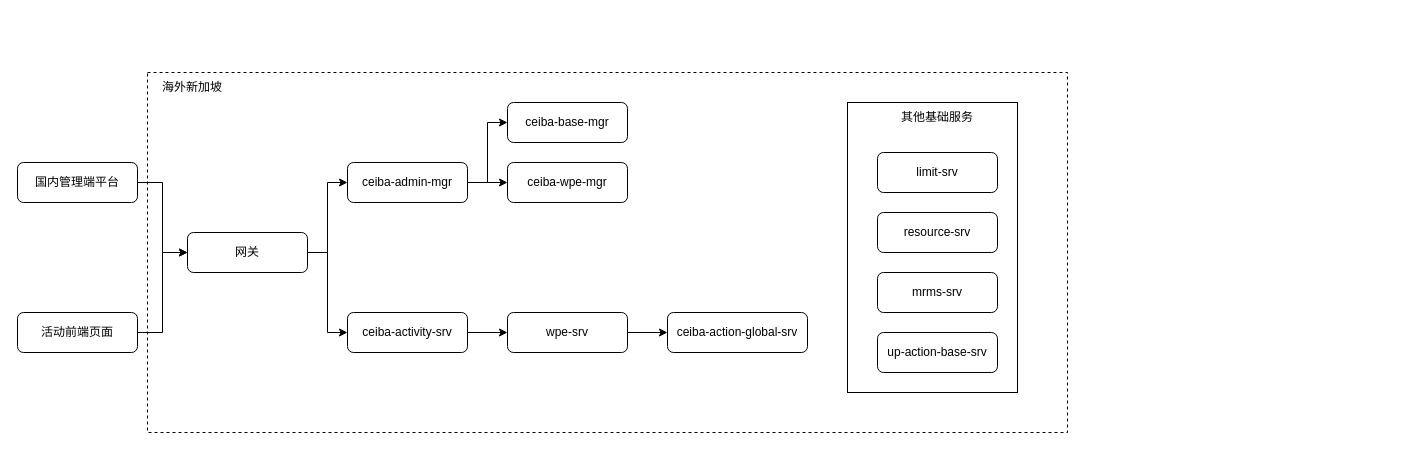
Before: ceiba_global.drawio in axtrur/resource, a draw.io diagram. Source tidied: cells renumbered, new cells numbered last; positions are measured from the earlier drawing's top-left corner, leaving out a move shared by most shapes. Both pictures are drawn from the tidied source at 100%, with x=0, y=0 at pixel (17, 72).
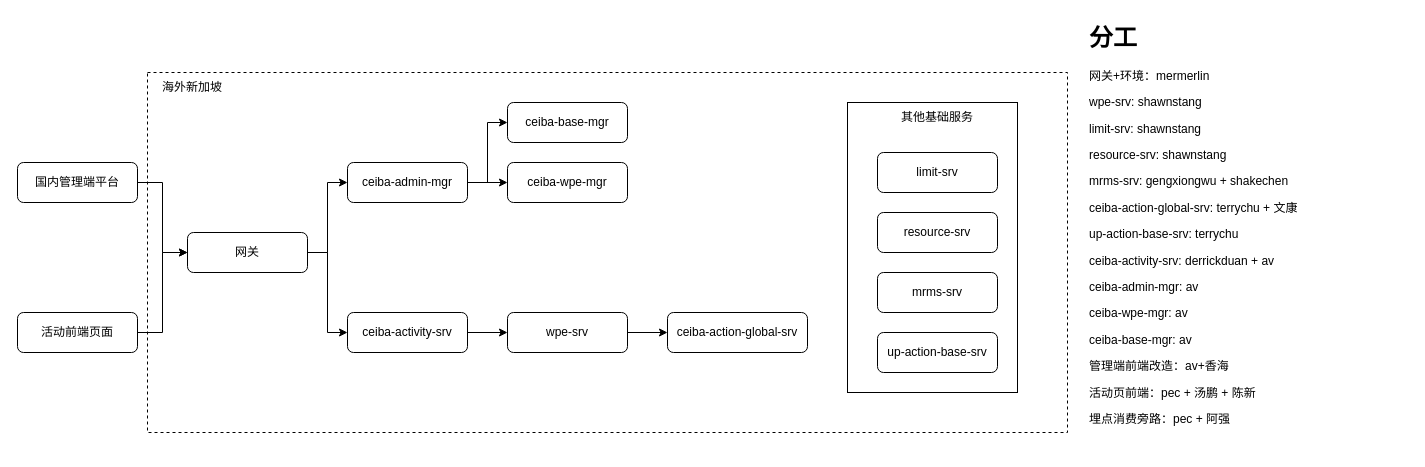
After the change.

Change to the diagram source:
```diff
@@
+    <mxCell id="27" value="&lt;h1 style=&quot;margin-top: 0px;&quot;&gt;分工&lt;/h1&gt;&lt;p&gt;网关+环境：mermerlin&lt;/p&gt;&lt;p&gt;wpe-srv: shawnstang&lt;/p&gt;&lt;p&gt;limit-srv: shawnstang&lt;/p&gt;&lt;p&gt;resource-srv: shawnstang&lt;/p&gt;&lt;p&gt;mrms-srv: gengxiongwu + shakechen&lt;/p&gt;&lt;p&gt;ceiba-action-global-srv: terrychu + 文康&lt;/p&gt;&lt;p&gt;up-action-base-srv: terrychu&lt;/p&gt;&lt;p&gt;ceiba-activity-srv: derrickduan + av&lt;/p&gt;&lt;p&gt;ceiba-admin-mgr: av&lt;/p&gt;&lt;p&gt;ceiba-wpe-mgr: av&lt;/p&gt;&lt;p&gt;ceiba-base-mgr: av&lt;/p&gt;&lt;p&gt;管理端前端改造：av+香海&lt;/p&gt;&lt;p&gt;活动页前端：pec + 汤鹏 + 陈新&lt;/p&gt;&lt;p&gt;埋点消费旁路：pec + 阿强&lt;/p&gt;" style="text;html=1;whiteSpace=wrap;overflow=hidden;rounded=0;" parent="1" vertex="1">
+      <mxGeometry x="1070" y="-55" width="320" height="430" as="geometry" />
+    </mxCell>
```
